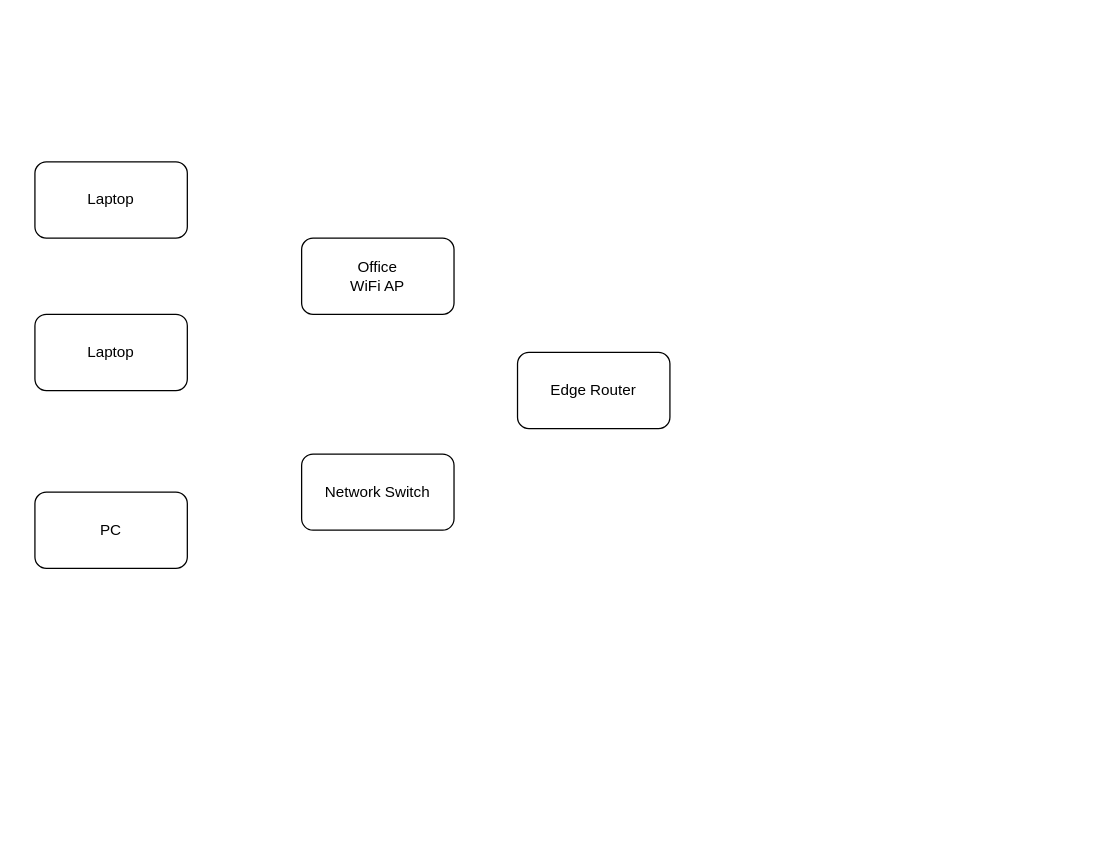
rrivirr/rriv-diagrams keeps this draw.io diagram as Tailnet.drawio. Above is the earlier version. Source tidied: cells renumbered, new cells numbered last; positions are measured from the earlier drawing's top-left corner, leaving out a move shared by most shapes. Both pictures are drawn from the tidied source at 127%, with x=0, y=0 at pixel (34, 161).
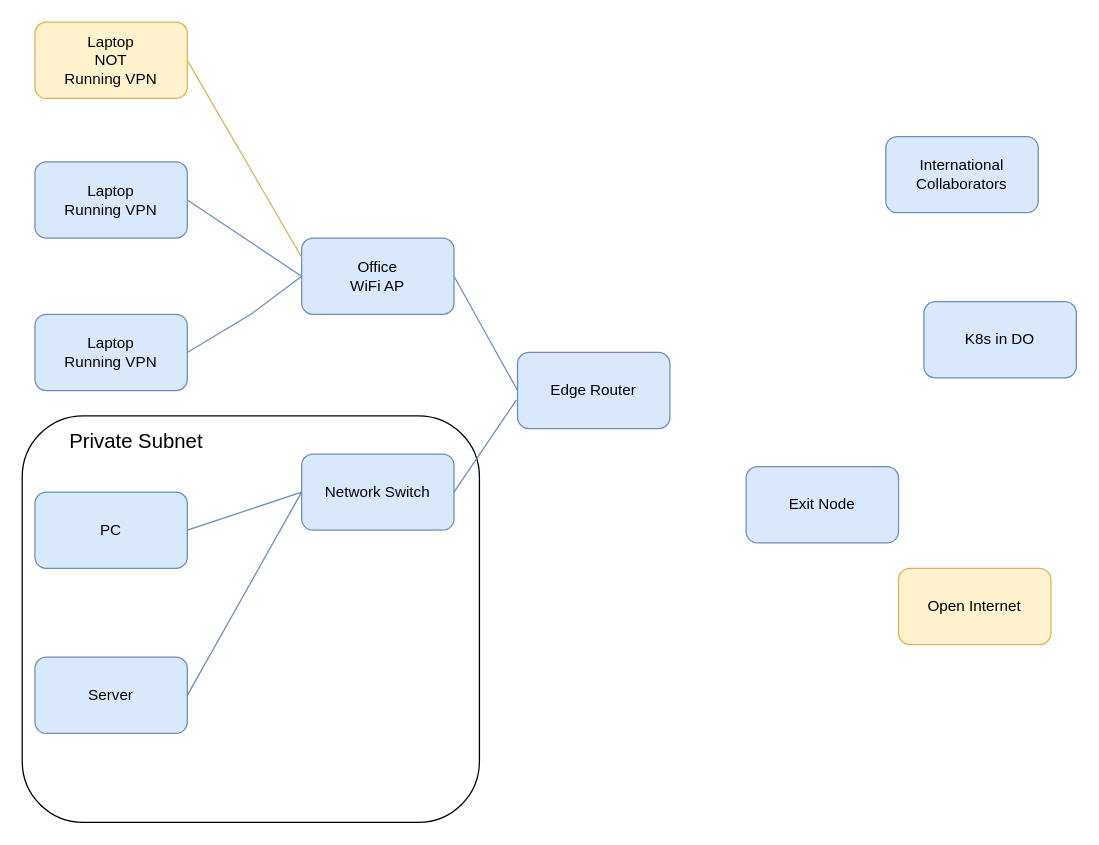
The same page after the edit.

Diff of the diagram source:
```diff
@@
+    <mxCell id="8" style="rounded=1;whiteSpace=wrap;html=1;" parent="1" vertex="1">
+      <mxGeometry x="-10" y="200" width="360" height="320" as="geometry" />
+    </mxCell>
-    <mxCell id="2" value="Laptop" style="rounded=1;whiteSpace=wrap;html=1;" parent="1" vertex="1">
+    <mxCell id="2" value="Laptop&lt;br&gt;Running VPN" style="rounded=1;whiteSpace=wrap;html=1;fillColor=#dae8fc;strokeColor=#6c8ebf;" parent="1" vertex="1">
       <mxGeometry width="120" height="60" as="geometry" />
     </mxCell>
-    <mxCell id="3" value="Laptop" style="rounded=1;whiteSpace=wrap;html=1;" parent="1" vertex="1">
+    <mxCell id="3" value="Laptop &lt;br&gt;Running VPN" style="rounded=1;whiteSpace=wrap;html=1;fillColor=#dae8fc;strokeColor=#6c8ebf;" parent="1" vertex="1">
       <mxGeometry y="120" width="120" height="60" as="geometry" />
     </mxCell>
-    <mxCell id="4" value="PC" style="rounded=1;whiteSpace=wrap;html=1;" parent="1" vertex="1">
+    <mxCell id="4" value="PC" style="rounded=1;whiteSpace=wrap;html=1;fillColor=#dae8fc;strokeColor=#6c8ebf;" parent="1" vertex="1">
       <mxGeometry y="260" width="120" height="60" as="geometry" />
     </mxCell>
-    <mxCell id="5" value="Office &lt;br&gt;WiFi AP" style="rounded=1;whiteSpace=wrap;html=1;" parent="1" vertex="1">
+    <mxCell id="5" value="Office &lt;br&gt;WiFi AP" style="rounded=1;whiteSpace=wrap;html=1;fillColor=#dae8fc;strokeColor=#6c8ebf;" parent="1" vertex="1">
       <mxGeometry x="210" y="60" width="120" height="60" as="geometry" />
     </mxCell>
-    <mxCell id="6" value="Network Switch" style="rounded=1;whiteSpace=wrap;html=1;" parent="1" vertex="1">
+    <mxCell id="6" value="Network Switch" style="rounded=1;whiteSpace=wrap;html=1;fillColor=#dae8fc;strokeColor=#6c8ebf;" parent="1" vertex="1">
       <mxGeometry x="210" y="230" width="120" height="60" as="geometry" />
     </mxCell>
-    <mxCell id="7" value="Edge Router" style="rounded=1;whiteSpace=wrap;html=1;" parent="1" vertex="1">
+    <mxCell id="7" value="Edge Router" style="rounded=1;whiteSpace=wrap;html=1;fillColor=#dae8fc;strokeColor=#6c8ebf;" parent="1" vertex="1">
       <mxGeometry x="380" y="150" width="120" height="60" as="geometry" />
     </mxCell>
+    <mxCell id="9" style="endArrow=none;html=1;rounded=0;entryX=0;entryY=0.5;entryDx=0;entryDy=0;fillColor=#dae8fc;strokeColor=#6c8ebf;" parent="1" edge="1" target="5">
+      <mxGeometry relative="1" as="geometry">
+        <mxPoint x="120" y="30" as="sourcePoint" />
+      </mxGeometry>
+    </mxCell>
+    <mxCell id="10" style="endArrow=none;html=1;rounded=0;entryX=0;entryY=0.5;entryDx=0;entryDy=0;exitX=1;exitY=0.5;exitDx=0;exitDy=0;fillColor=#dae8fc;strokeColor=#6c8ebf;" parent="1" edge="1" source="3" target="5">
+      <mxGeometry relative="1" as="geometry">
+        <Array as="points">
+          <mxPoint x="170" y="120" />
+        </Array>
+      </mxGeometry>
+    </mxCell>
+    <mxCell id="11" style="endArrow=none;html=1;rounded=0;entryX=0;entryY=0.5;entryDx=0;entryDy=0;exitX=1;exitY=0.5;exitDx=0;exitDy=0;fillColor=#dae8fc;strokeColor=#6c8ebf;" parent="1" edge="1" target="6">
+      <mxGeometry relative="1" as="geometry">
+        <mxPoint x="120" y="290" as="sourcePoint" />
+      </mxGeometry>
+    </mxCell>
+    <mxCell id="12" style="endArrow=none;html=1;rounded=0;entryX=1;entryY=0.5;entryDx=0;entryDy=0;exitX=0;exitY=0.5;exitDx=0;exitDy=0;fillColor=#dae8fc;strokeColor=#6c8ebf;" parent="1" edge="1" source="7" target="5">
+      <mxGeometry relative="1" as="geometry" />
+    </mxCell>
+    <mxCell id="13" style="endArrow=none;html=1;rounded=0;entryX=1;entryY=0.5;entryDx=0;entryDy=0;exitX=-0.008;exitY=0.625;exitDx=0;exitDy=0;exitPerimeter=0;fillColor=#dae8fc;strokeColor=#6c8ebf;" parent="1" edge="1" source="7" target="6">
+      <mxGeometry relative="1" as="geometry" />
+    </mxCell>
+    <mxCell id="14" value="Server" style="rounded=1;whiteSpace=wrap;html=1;fillColor=#dae8fc;strokeColor=#6c8ebf;" parent="1" vertex="1">
+      <mxGeometry y="390" width="120" height="60" as="geometry" />
+    </mxCell>
+    <mxCell id="15" style="endArrow=none;html=1;rounded=0;entryX=0;entryY=0.5;entryDx=0;entryDy=0;exitX=1;exitY=0.5;exitDx=0;exitDy=0;fillColor=#dae8fc;strokeColor=#6c8ebf;" parent="1" edge="1" source="14" target="6">
+      <mxGeometry relative="1" as="geometry" />
+    </mxCell>
+    <mxCell id="16" value="K8s in DO" style="rounded=1;whiteSpace=wrap;html=1;fillColor=#dae8fc;strokeColor=#6c8ebf;" parent="1" vertex="1">
+      <mxGeometry x="700" y="110" width="120" height="60" as="geometry" />
+    </mxCell>
+    <mxCell id="17" value="Open Internet" style="rounded=1;whiteSpace=wrap;html=1;fillColor=#fff2cc;strokeColor=#d6b656;" parent="1" vertex="1">
+      <mxGeometry x="680" y="320" width="120" height="60" as="geometry" />
+    </mxCell>
+    <mxCell id="18" value="International Collaborators" style="rounded=1;whiteSpace=wrap;html=1;fillColor=#dae8fc;strokeColor=#6c8ebf;" parent="1" vertex="1">
+      <mxGeometry x="670" y="-20" width="120" height="60" as="geometry" />
+    </mxCell>
+    <mxCell id="19" value="Exit Node" style="rounded=1;whiteSpace=wrap;html=1;fillColor=#dae8fc;strokeColor=#6c8ebf;" parent="1" vertex="1">
+      <mxGeometry x="560" y="240" width="120" height="60" as="geometry" />
+    </mxCell>
+    <mxCell id="20" value="Laptop&lt;br&gt;NOT&lt;br&gt;Running VPN" style="rounded=1;whiteSpace=wrap;html=1;fillColor=#fff2cc;strokeColor=#d6b656;" parent="1" vertex="1">
+      <mxGeometry y="-110" width="120" height="60" as="geometry" />
+    </mxCell>
+    <mxCell id="21" style="endArrow=none;html=1;rounded=0;entryX=0;entryY=0.25;entryDx=0;entryDy=0;fillColor=#fff2cc;strokeColor=#d6b656;" parent="1" edge="1" target="5">
+      <mxGeometry relative="1" as="geometry">
+        <mxPoint x="120" y="-80" as="sourcePoint" />
+      </mxGeometry>
+    </mxCell>
+    <mxCell id="22" value="Private Subnet" style="text;html=1;align=center;verticalAlign=middle;whiteSpace=wrap;rounded=0;fontSize=16;" parent="1" vertex="1">
+      <mxGeometry x="10" y="210" width="140" height="20" as="geometry" />
+    </mxCell>
```
